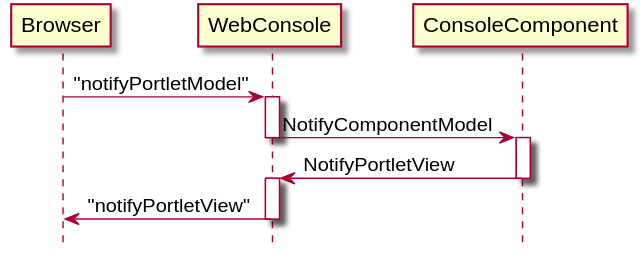
The PlantUML diagram javadoc-webconsole/org/jgrapes/webconsole/base/events/NotifyPortletModelSeq.svg in mnlipp/jgrapes, before a commit.
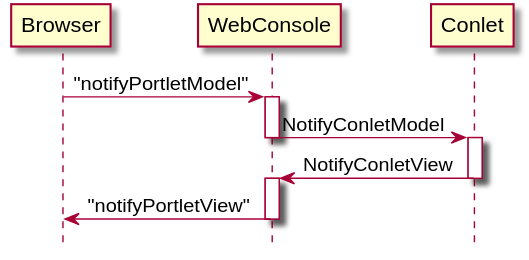
The same file after the commit.

Change to the diagram source:
```diff
@@ -3,11 +3,11 @@
 
  Browser -> WebConsole: "notifyPortletModel"
  activate WebConsole
- WebConsole -> ConsoleComponent: NotifyComponentModel
+ WebConsole -> Conlet: NotifyConletModel
  deactivate WebConsole
- activate ConsoleComponent
- ConsoleComponent -> WebConsole: NotifyPortletView
- deactivate ConsoleComponent
+ activate Conlet
+ Conlet -> WebConsole: NotifyConletView
+ deactivate Conlet
  activate WebConsole
  WebConsole -> Browser: "notifyPortletView"
  deactivate WebConsole
```
